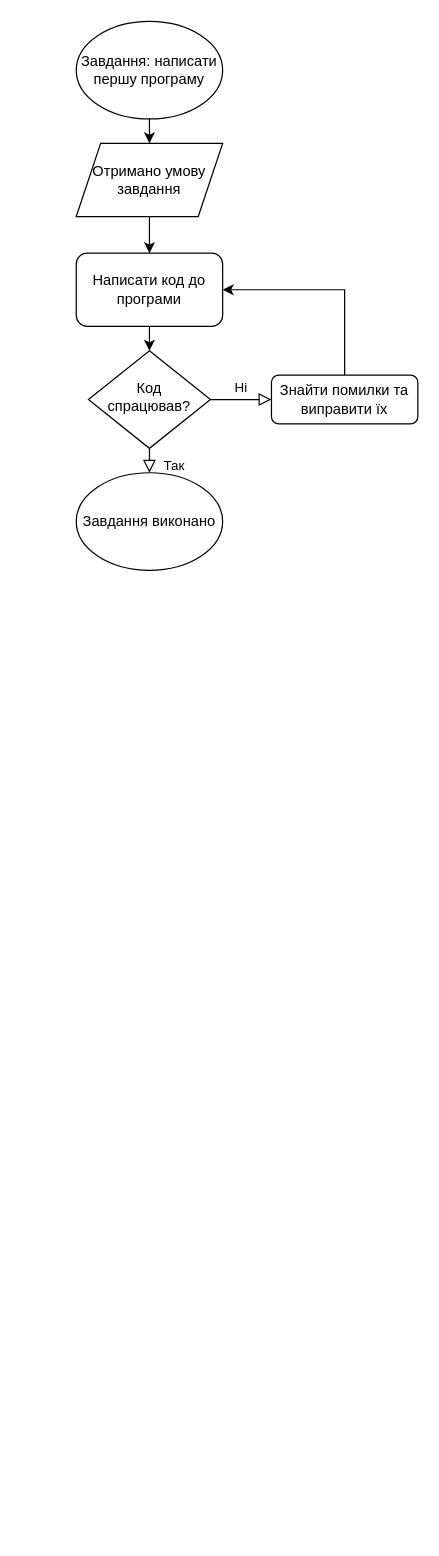
Before: page "Сторінка-7" (7 of 8) of Діаграма без назви.drawio in RomanSeniv2005/Ai-13-4-epic1, a draw.io diagram. Source tidied: cells renumbered, new cells numbered last; positions are measured from the earlier drawing's top-left corner, leaving out a move shared by most shapes. Both pictures are drawn from the tidied source at 122%, with x=0, y=0 at pixel (76, 21).
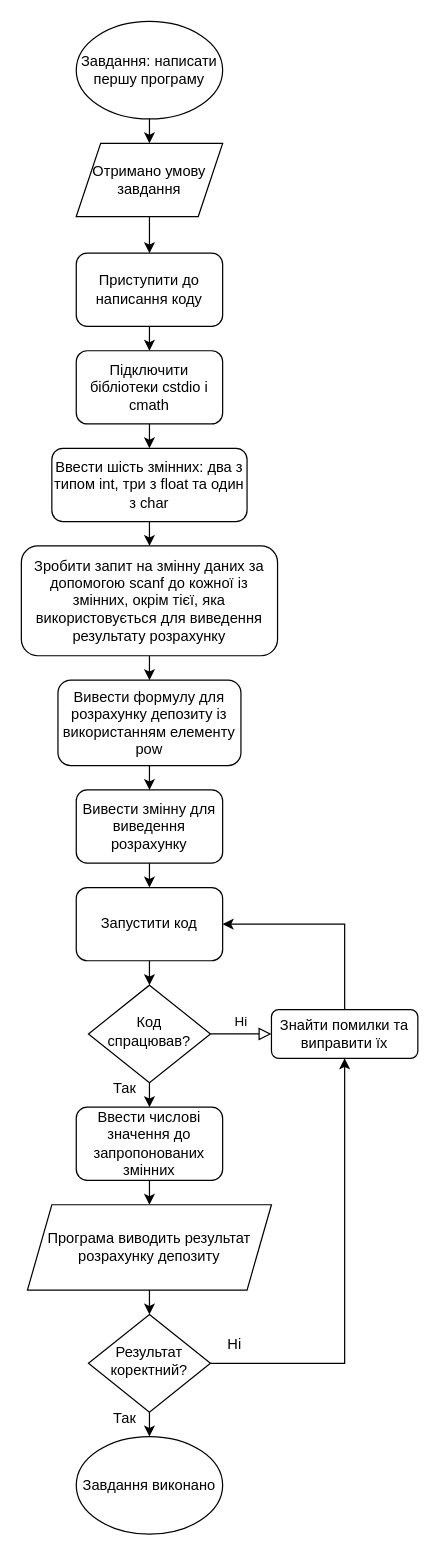
The same diagram, later.

Diff of the diagram source:
```diff
@@
-    <mxCell id="6" style="edgeStyle=orthogonalEdgeStyle;rounded=0;jettySize=auto;html=1;exitX=0.5;exitY=1;exitDx=0;exitDy=0;entryX=0.5;entryY=0;entryDx=0;entryDy=0;" parent="1" edge="1" source="7" target="10">
-      <mxGeometry relative="1" as="geometry" />
-    </mxCell>
+    <mxCell id="14" style="edgeStyle=orthogonalEdgeStyle;rounded=0;jettySize=auto;html=1;exitX=0.5;exitY=1;exitDx=0;exitDy=0;entryX=0.5;entryY=0;entryDx=0;entryDy=0;" parent="1" edge="1" source="7" target="18">
+      <mxGeometry relative="1" as="geometry" />
+    </mxCell>
-    <mxCell id="7" value="Написати код до програми" style="rounded=1;whiteSpace=wrap;html=1;" parent="1" vertex="1">
+    <mxCell id="7" value="Приступити до написання коду" style="rounded=1;whiteSpace=wrap;html=1;" parent="1" vertex="1">
       <mxGeometry y="190" width="120" height="60" as="geometry" />
     </mxCell>
-    <mxCell id="8" value="Так" style="rounded=0;html=1;jettySize=auto;fontSize=11;endArrow=block;endFill=0;endSize=8;strokeWidth=1;shadow=0;labelBackgroundColor=none;edgeStyle=orthogonalEdgeStyle;" parent="1" edge="1" source="10">
-      <mxGeometry x="0.33" y="20" relative="1" as="geometry">
-        <mxPoint x="60" y="370" as="targetPoint" />
-      </mxGeometry>
-    </mxCell>
@@
+    <mxCell id="15" style="edgeStyle=orthogonalEdgeStyle;rounded=0;jettySize=auto;html=1;exitX=0.5;exitY=1;exitDx=0;exitDy=0;entryX=0.5;entryY=0;entryDx=0;entryDy=0;" parent="1" edge="1" source="10" target="30">
+      <mxGeometry relative="1" as="geometry" />
+    </mxCell>
     <mxCell id="10" value="Код спрацював?" style="rhombus;whiteSpace=wrap;html=1;shadow=0;fontFamily=Helvetica;fontSize=12;align=center;strokeWidth=1;spacing=6;spacingTop=-4;" parent="1" vertex="1">
-      <mxGeometry x="10" y="270" width="100" height="80" as="geometry" />
+      <mxGeometry x="10" y="790" width="100" height="80" as="geometry" />
     </mxCell>
-    <mxCell id="11" style="edgeStyle=orthogonalEdgeStyle;rounded=0;jettySize=auto;html=1;entryX=1;entryY=0.5;entryDx=0;entryDy=0;" parent="1" edge="1" source="12">
-      <mxGeometry relative="1" as="geometry">
-        <mxPoint x="120" y="220" as="targetPoint" />
-        <Array as="points">
-          <mxPoint x="220" y="220" />
-        </Array>
-      </mxGeometry>
-    </mxCell>
+    <mxCell id="16" style="edgeStyle=orthogonalEdgeStyle;rounded=0;jettySize=auto;html=1;exitX=0.5;exitY=0;exitDx=0;exitDy=0;entryX=1;entryY=0.5;entryDx=0;entryDy=0;" parent="1" edge="1" source="12" target="28">
+      <mxGeometry relative="1" as="geometry" />
+    </mxCell>
     <mxCell id="12" value="Знайти помилки та виправити їх" style="rounded=1;whiteSpace=wrap;html=1;fontSize=12;glass=0;strokeWidth=1;shadow=0;" parent="1" vertex="1">
-      <mxGeometry x="160" y="290" width="120" height="40" as="geometry" />
+      <mxGeometry x="160" y="810" width="120" height="40" as="geometry" />
     </mxCell>
     <mxCell id="13" value="Завдання виконано" style="ellipse;whiteSpace=wrap;html=1;" parent="1" vertex="1">
-      <mxGeometry y="370" width="120" height="80" as="geometry" />
+      <mxGeometry y="1160" width="120" height="80" as="geometry" />
     </mxCell>
+    <mxCell id="17" style="edgeStyle=orthogonalEdgeStyle;rounded=0;jettySize=auto;html=1;exitX=0.5;exitY=1;exitDx=0;exitDy=0;entryX=0.5;entryY=0;entryDx=0;entryDy=0;" parent="1" edge="1" source="18" target="20">
+      <mxGeometry relative="1" as="geometry" />
+    </mxCell>
+    <mxCell id="18" value="Підключити бібліотеки cstdio і cmath" style="rounded=1;whiteSpace=wrap;html=1;" parent="1" vertex="1">
+      <mxGeometry y="270" width="120" height="60" as="geometry" />
+    </mxCell>
+    <mxCell id="19" style="edgeStyle=orthogonalEdgeStyle;rounded=0;jettySize=auto;html=1;exitX=0.5;exitY=1;exitDx=0;exitDy=0;entryX=0.5;entryY=0;entryDx=0;entryDy=0;" parent="1" edge="1" source="20" target="22">
+      <mxGeometry relative="1" as="geometry" />
+    </mxCell>
+    <mxCell id="20" value="Ввести шість змінних: два з типом int, три з float та один з char" style="rounded=1;whiteSpace=wrap;html=1;" parent="1" vertex="1">
+      <mxGeometry x="-20" y="350" width="160" height="60" as="geometry" />
+    </mxCell>
+    <mxCell id="21" style="edgeStyle=orthogonalEdgeStyle;rounded=0;jettySize=auto;html=1;exitX=0.5;exitY=1;exitDx=0;exitDy=0;entryX=0.5;entryY=0;entryDx=0;entryDy=0;" parent="1" edge="1" source="22" target="24">
+      <mxGeometry relative="1" as="geometry" />
+    </mxCell>
+    <mxCell id="22" value="Зробити запит на змінну даних за допомогою scanf до кожної із змінних, окрім тієї, яка використовується для виведення результату розрахунку" style="rounded=1;whiteSpace=wrap;html=1;" parent="1" vertex="1">
+      <mxGeometry x="-45" y="430" width="210" height="90" as="geometry" />
+    </mxCell>
+    <mxCell id="23" style="edgeStyle=orthogonalEdgeStyle;rounded=0;jettySize=auto;html=1;exitX=0.5;exitY=1;exitDx=0;exitDy=0;entryX=0.5;entryY=0;entryDx=0;entryDy=0;" parent="1" edge="1" source="24" target="26">
+      <mxGeometry relative="1" as="geometry" />
+    </mxCell>
+    <mxCell id="24" value="Вивести формулу для розрахунку депозиту із використанням елементу pow" style="rounded=1;whiteSpace=wrap;html=1;" parent="1" vertex="1">
+      <mxGeometry x="-15" y="540" width="150" height="70" as="geometry" />
+    </mxCell>
+    <mxCell id="25" style="edgeStyle=orthogonalEdgeStyle;rounded=0;jettySize=auto;html=1;exitX=0.5;exitY=1;exitDx=0;exitDy=0;entryX=0.5;entryY=0;entryDx=0;entryDy=0;" parent="1" edge="1" source="26" target="28">
+      <mxGeometry relative="1" as="geometry" />
+    </mxCell>
+    <mxCell id="26" value="Вивести змінну для виведення розрахунку" style="rounded=1;whiteSpace=wrap;html=1;" parent="1" vertex="1">
+      <mxGeometry y="630" width="120" height="60" as="geometry" />
+    </mxCell>
+    <mxCell id="27" style="edgeStyle=orthogonalEdgeStyle;rounded=0;jettySize=auto;html=1;exitX=0.5;exitY=1;exitDx=0;exitDy=0;entryX=0.5;entryY=0;entryDx=0;entryDy=0;" parent="1" edge="1" source="28" target="10">
+      <mxGeometry relative="1" as="geometry" />
+    </mxCell>
+    <mxCell id="28" value="Запустити код" style="rounded=1;whiteSpace=wrap;html=1;" parent="1" vertex="1">
+      <mxGeometry y="710" width="120" height="60" as="geometry" />
+    </mxCell>
+    <mxCell id="29" style="edgeStyle=orthogonalEdgeStyle;rounded=0;jettySize=auto;html=1;exitX=0.5;exitY=1;exitDx=0;exitDy=0;entryX=0.5;entryY=0;entryDx=0;entryDy=0;" parent="1" edge="1" source="30" target="33">
+      <mxGeometry relative="1" as="geometry" />
+    </mxCell>
+    <mxCell id="30" value="Ввести числові значення до запропонованих змінних" style="rounded=1;whiteSpace=wrap;html=1;" parent="1" vertex="1">
+      <mxGeometry y="890" width="120" height="60" as="geometry" />
+    </mxCell>
+    <mxCell id="31" value="Так" style="text;html=1;strokeColor=none;fillColor=none;align=center;verticalAlign=middle;whiteSpace=wrap;rounded=0;" parent="1" vertex="1">
+      <mxGeometry x="10" y="860" width="60" height="30" as="geometry" />
+    </mxCell>
+    <mxCell id="32" style="edgeStyle=orthogonalEdgeStyle;rounded=0;jettySize=auto;html=1;exitX=0.5;exitY=1;exitDx=0;exitDy=0;entryX=0.5;entryY=0;entryDx=0;entryDy=0;" parent="1" edge="1" source="33" target="36">
+      <mxGeometry relative="1" as="geometry" />
+    </mxCell>
+    <mxCell id="33" value="Програма виводить результат розрахунку депозиту" style="shape=parallelogram;perimeter=parallelogramPerimeter;whiteSpace=wrap;html=1;fixedSize=1;" parent="1" vertex="1">
+      <mxGeometry x="-40" y="970" width="200" height="70" as="geometry" />
+    </mxCell>
+    <mxCell id="34" style="edgeStyle=orthogonalEdgeStyle;rounded=0;jettySize=auto;html=1;exitX=1;exitY=0.5;exitDx=0;exitDy=0;entryX=0.5;entryY=1;entryDx=0;entryDy=0;" parent="1" edge="1" source="36" target="12">
+      <mxGeometry relative="1" as="geometry" />
+    </mxCell>
+    <mxCell id="35" style="edgeStyle=orthogonalEdgeStyle;rounded=0;jettySize=auto;html=1;exitX=0.5;exitY=1;exitDx=0;exitDy=0;entryX=0.5;entryY=0;entryDx=0;entryDy=0;" parent="1" edge="1" source="36" target="13">
+      <mxGeometry relative="1" as="geometry" />
+    </mxCell>
+    <mxCell id="36" value="Результат коректний?" style="rhombus;whiteSpace=wrap;html=1;shadow=0;fontFamily=Helvetica;fontSize=12;align=center;strokeWidth=1;spacing=6;spacingTop=-4;" parent="1" vertex="1">
+      <mxGeometry x="10" y="1060" width="100" height="80" as="geometry" />
+    </mxCell>
+    <mxCell id="37" value="Ні" style="text;html=1;strokeColor=none;fillColor=none;align=center;verticalAlign=middle;whiteSpace=wrap;rounded=0;" parent="1" vertex="1">
+      <mxGeometry x="100" y="1070" width="60" height="30" as="geometry" />
+    </mxCell>
+    <mxCell id="38" value="Так" style="text;html=1;strokeColor=none;fillColor=none;align=center;verticalAlign=middle;whiteSpace=wrap;rounded=0;" parent="1" vertex="1">
+      <mxGeometry x="10" y="1130" width="60" height="30" as="geometry" />
+    </mxCell>
```
